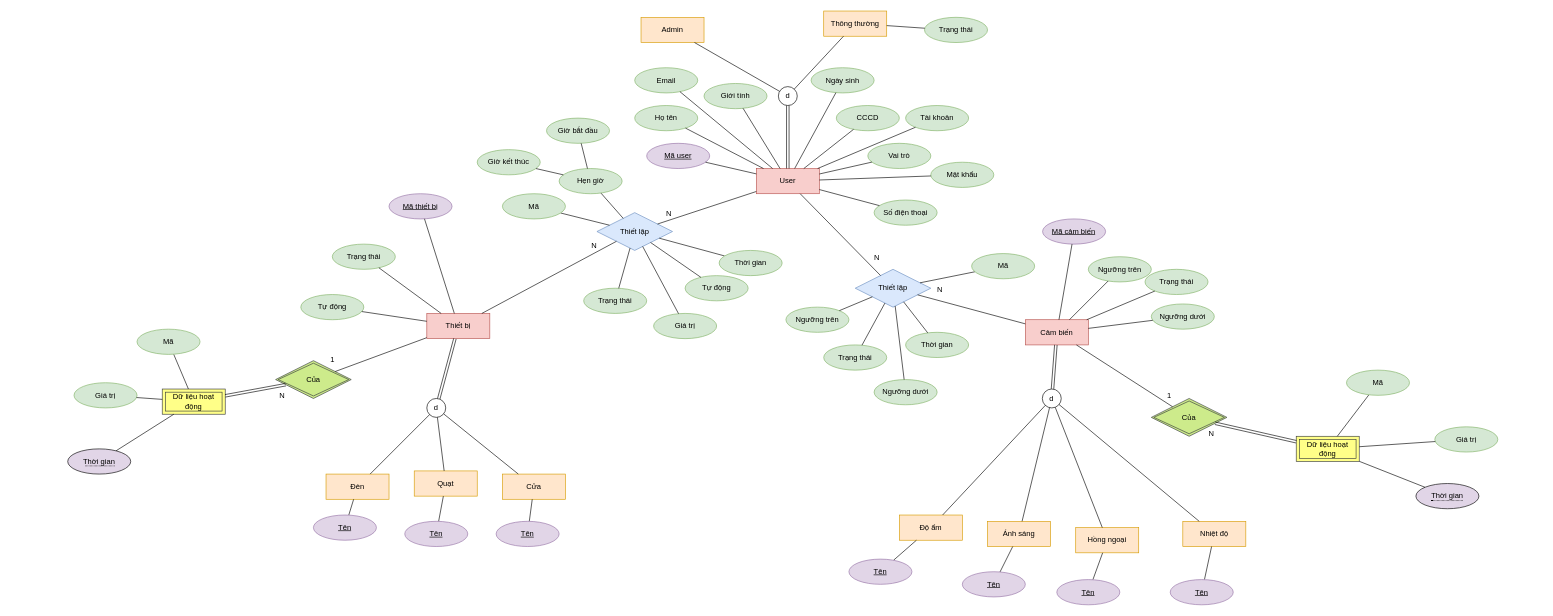
Above: page "Main" (1 of 2) of Week 3/ERD.drawio in astr0tas/Smart-Home-CNPM (draw.io), before the change. Source tidied: cells renumbered, new cells numbered last; positions are measured from the earlier drawing's top-left corner, leaving out a move shared by most shapes. Both pictures are drawn from the tidied source at 63%, with x=0, y=0 at pixel (67, 11).
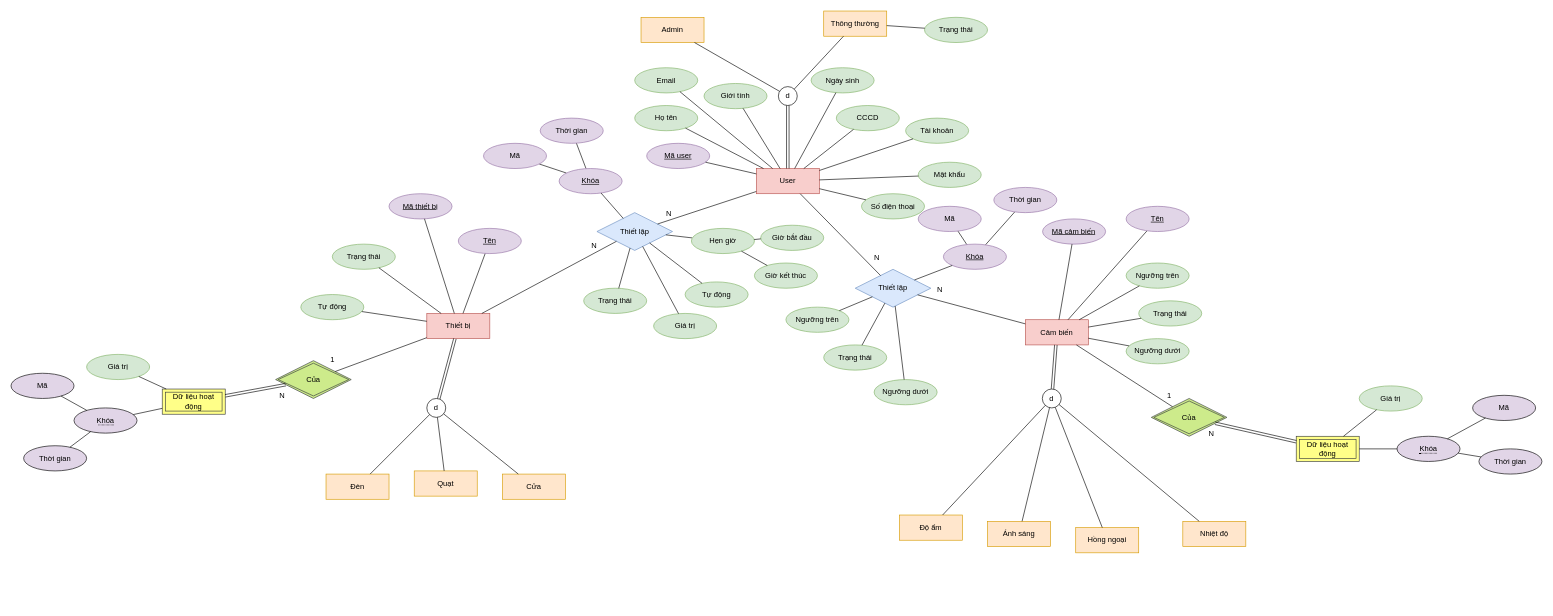
After the change.

Unchanged cells that the change refers to:
```xml
<mxCell id="2" value="User" style="whiteSpace=wrap;html=1;align=center;fillColor=#f8cecc;strokeColor=#b85450;" parent="1" vertex="1">
  <mxGeometry x="1093" y="250" width="100" height="40" as="geometry" />
</mxCell>
<mxCell id="9" value="Thiết bị" style="whiteSpace=wrap;html=1;align=center;fillColor=#f8cecc;strokeColor=#b85450;" parent="1" vertex="1">
  <mxGeometry x="570" y="480" width="100" height="40" as="geometry" />
</mxCell>
<mxCell id="10" value="Quạt" style="whiteSpace=wrap;html=1;align=center;fillColor=#ffe6cc;strokeColor=#d79b00;" parent="1" vertex="1">
  <mxGeometry x="550" y="730" width="100" height="40" as="geometry" />
</mxCell>
<mxCell id="11" value="Đèn" style="whiteSpace=wrap;html=1;align=center;fillColor=#ffe6cc;strokeColor=#d79b00;" parent="1" vertex="1">
  <mxGeometry x="410" y="735" width="100" height="40" as="geometry" />
</mxCell>
<mxCell id="16" value="Cảm biến" style="whiteSpace=wrap;html=1;align=center;fillColor=#f8cecc;strokeColor=#b85450;" parent="1" vertex="1">
  <mxGeometry x="1520" y="490" width="100" height="40" as="geometry" />
</mxCell>
<mxCell id="17" value="Nhiệt độ" style="whiteSpace=wrap;html=1;align=center;fillColor=#ffe6cc;strokeColor=#d79b00;" parent="1" vertex="1">
  <mxGeometry x="1770" y="810" width="100" height="40" as="geometry" />
</mxCell>
<mxCell id="18" value="Hồng ngoại" style="whiteSpace=wrap;html=1;align=center;fillColor=#ffe6cc;strokeColor=#d79b00;" parent="1" vertex="1">
  <mxGeometry x="1600" y="820" width="100" height="40" as="geometry" />
</mxCell>
<mxCell id="23" value="Cửa" style="whiteSpace=wrap;html=1;align=center;fillColor=#ffe6cc;strokeColor=#d79b00;" parent="1" vertex="1">
  <mxGeometry x="690" y="735" width="100" height="40" as="geometry" />
</mxCell>
<mxCell id="25" value="Độ ẩm" style="whiteSpace=wrap;html=1;align=center;fillColor=#ffe6cc;strokeColor=#d79b00;" parent="1" vertex="1">
  <mxGeometry x="1320" y="800" width="100" height="40" as="geometry" />
</mxCell>
<mxCell id="26" value="Ánh sáng" style="whiteSpace=wrap;html=1;align=center;fillColor=#ffe6cc;strokeColor=#d79b00;" parent="1" vertex="1">
  <mxGeometry x="1460" y="810" width="100" height="40" as="geometry" />
</mxCell>
<mxCell id="29" value="Thiết lập" style="shape=rhombus;perimeter=rhombusPerimeter;whiteSpace=wrap;html=1;align=center;fillColor=#dae8fc;strokeColor=#6c8ebf;" parent="1" vertex="1">
  <mxGeometry x="840" y="320" width="120" height="60" as="geometry" />
</mxCell>
<mxCell id="57" value="Dữ liệu hoạt động" style="shape=ext;margin=3;double=1;whiteSpace=wrap;html=1;align=center;fillColor=#ffff88;strokeColor=#36393d;" parent="1" vertex="1">
  <mxGeometry x="1950" y="675" width="100" height="40" as="geometry" />
</mxCell>
<mxCell id="67" value="Dữ liệu hoạt động" style="shape=ext;margin=3;double=1;whiteSpace=wrap;html=1;align=center;fillColor=#ffff88;strokeColor=#36393d;" parent="1" vertex="1">
  <mxGeometry x="150" y="600" width="100" height="40" as="geometry" />
</mxCell>
<mxCell id="77" value="Thiết lập" style="shape=rhombus;perimeter=rhombusPerimeter;whiteSpace=wrap;html=1;align=center;fillColor=#dae8fc;strokeColor=#6c8ebf;" parent="1" vertex="1">
  <mxGeometry x="1250" y="410" width="120" height="60" as="geometry" />
</mxCell>
```

Diff of the diagram source:
```diff
@@
     <mxCell id="36" value="Số điện thoại" style="ellipse;whiteSpace=wrap;html=1;align=center;fillColor=#d5e8d4;strokeColor=#82b366;" parent="1" vertex="1">
-      <mxGeometry x="1280" y="300" width="100" height="40" as="geometry" />
+      <mxGeometry x="1260" y="290" width="100" height="40" as="geometry" />
     </mxCell>
     <mxCell id="37" value="Tài khoản" style="ellipse;whiteSpace=wrap;html=1;align=center;fillColor=#d5e8d4;strokeColor=#82b366;" parent="1" vertex="1">
-      <mxGeometry x="1330" y="150" width="100" height="40" as="geometry" />
+      <mxGeometry x="1330" y="170" width="100" height="40" as="geometry" />
     </mxCell>
     <mxCell id="38" value="Mật khẩu" style="ellipse;whiteSpace=wrap;html=1;align=center;fillColor=#d5e8d4;strokeColor=#82b366;" parent="1" vertex="1">
-      <mxGeometry x="1370" y="240" width="100" height="40" as="geometry" />
+      <mxGeometry x="1350" y="240" width="100" height="40" as="geometry" />
     </mxCell>
@@
-    <mxCell id="40" value="Vai trò" style="ellipse;whiteSpace=wrap;html=1;align=center;fillColor=#d5e8d4;strokeColor=#82b366;" parent="1" vertex="1">
-      <mxGeometry x="1270" y="210" width="100" height="40" as="geometry" />
-    </mxCell>
@@
-    <mxCell id="42" style="endArrow=none;html=1;rounded=0;" parent="1" edge="1" source="2" target="40">
-      <mxGeometry relative="1" as="geometry" />
-    </mxCell>
@@
-    <mxCell id="56" style="endArrow=none;html=1;rounded=0;" parent="1" edge="1" source="25" target="135">
-      <mxGeometry relative="1" as="geometry" />
-    </mxCell>
@@
-    <mxCell id="58" value="&lt;span style=&quot;border-bottom: 1px dotted&quot;&gt;Thời gian&lt;/span&gt;" style="ellipse;whiteSpace=wrap;html=1;align=center;fillColor=#E1D5E7;" parent="1" vertex="1">
-      <mxGeometry x="2140" y="750" width="100" height="40" as="geometry" />
+    <mxCell id="58" value="&lt;span style=&quot;border-bottom: 1px dotted&quot;&gt;Khóa&lt;/span&gt;" style="ellipse;whiteSpace=wrap;html=1;align=center;fillColor=#E1D5E7;" parent="1" vertex="1">
+      <mxGeometry x="2110" y="675" width="100" height="40" as="geometry" />
     </mxCell>
@@
     <mxCell id="65" value="Giá trị" style="ellipse;whiteSpace=wrap;html=1;align=center;fillColor=#d5e8d4;strokeColor=#82b366;" parent="1" vertex="1">
-      <mxGeometry x="2170" y="660" width="100" height="40" as="geometry" />
+      <mxGeometry x="2050" y="595" width="100" height="40" as="geometry" />
     </mxCell>
@@
-    <mxCell id="68" value="&lt;span style=&quot;border-bottom: 1px dotted&quot;&gt;Thời gian&lt;/span&gt;" style="ellipse;whiteSpace=wrap;html=1;align=center;fillColor=#E1D5E7;" parent="1" vertex="1">
-      <mxGeometry y="695" width="100" height="40" as="geometry" />
-    </mxCell>
-    <mxCell id="69" style="endArrow=none;html=1;rounded=0;" parent="1" edge="1" source="67" target="68">
-      <mxGeometry relative="1" as="geometry" />
-    </mxCell>
@@
     <mxCell id="75" value="Giá trị" style="ellipse;whiteSpace=wrap;html=1;align=center;fillColor=#d5e8d4;strokeColor=#82b366;" parent="1" vertex="1">
-      <mxGeometry x="10" y="590" width="100" height="40" as="geometry" />
+      <mxGeometry x="30" y="545" width="100" height="40" as="geometry" />
     </mxCell>
@@
     <mxCell id="80" value="Tự động" style="ellipse;whiteSpace=wrap;html=1;align=center;fillColor=#d5e8d4;strokeColor=#82b366;" parent="1" vertex="1">
-      <mxGeometry x="980" y="420" width="100" height="40" as="geometry" />
+      <mxGeometry x="980" y="430" width="100" height="40" as="geometry" />
     </mxCell>
@@
     <mxCell id="85" value="Trạng thái" style="ellipse;whiteSpace=wrap;html=1;align=center;fillColor=#d5e8d4;strokeColor=#82b366;" parent="1" vertex="1">
-      <mxGeometry x="1710" y="410" width="100" height="40" as="geometry" />
+      <mxGeometry x="1700" y="460" width="100" height="40" as="geometry" />
     </mxCell>
     <mxCell id="86" value="Ngưỡng dưới" style="ellipse;whiteSpace=wrap;html=1;align=center;fillColor=#d5e8d4;strokeColor=#82b366;" parent="1" vertex="1">
-      <mxGeometry x="1720" y="465" width="100" height="40" as="geometry" />
+      <mxGeometry x="1680" y="520" width="100" height="40" as="geometry" />
     </mxCell>
     <mxCell id="87" value="Ngưỡng trên" style="ellipse;whiteSpace=wrap;html=1;align=center;fillColor=#d5e8d4;strokeColor=#82b366;" parent="1" vertex="1">
-      <mxGeometry x="1620" y="390" width="100" height="40" as="geometry" />
+      <mxGeometry x="1680" y="400" width="100" height="40" as="geometry" />
     </mxCell>
@@
-    <mxCell id="108" style="endArrow=none;html=1;rounded=0;" parent="1" edge="1" source="29" target="109">
+    <mxCell id="108" style="endArrow=none;html=1;rounded=0;" parent="1" edge="1" source="149" target="109">
       <mxGeometry relative="1" as="geometry" />
     </mxCell>
-    <mxCell id="109" value="Thời gian" style="ellipse;whiteSpace=wrap;html=1;align=center;fillColor=#d5e8d4;strokeColor=#82b366;" parent="1" vertex="1">
-      <mxGeometry x="1034" y="380" width="100" height="40" as="geometry" />
+    <mxCell id="109" value="Thời gian" style="ellipse;whiteSpace=wrap;html=1;align=center;fillColor=#e1d5e7;strokeColor=#9673a6;" parent="1" vertex="1">
+      <mxGeometry x="750" y="170" width="100" height="40" as="geometry" />
     </mxCell>
-    <mxCell id="110" value="Thời gian" style="ellipse;whiteSpace=wrap;html=1;align=center;fillColor=#d5e8d4;strokeColor=#82b366;" parent="1" vertex="1">
-      <mxGeometry x="1330" y="510" width="100" height="40" as="geometry" />
-    </mxCell>
-    <mxCell id="111" style="endArrow=none;html=1;rounded=0;" parent="1" edge="1" source="110" target="77">
-      <mxGeometry relative="1" as="geometry" />
-    </mxCell>
@@
     <mxCell id="113" value="Hẹn giờ" style="ellipse;whiteSpace=wrap;html=1;align=center;fillColor=#d5e8d4;strokeColor=#82b366;" parent="1" vertex="1">
-      <mxGeometry x="780" y="250" width="100" height="40" as="geometry" />
+      <mxGeometry x="990" y="345" width="100" height="40" as="geometry" />
     </mxCell>
     <mxCell id="114" value="Giờ kết thúc" style="ellipse;whiteSpace=wrap;html=1;align=center;fillColor=#d5e8d4;strokeColor=#82b366;" parent="1" vertex="1">
-      <mxGeometry x="650" y="220" width="100" height="40" as="geometry" />
+      <mxGeometry x="1090" y="400" width="100" height="40" as="geometry" />
     </mxCell>
     <mxCell id="115" value="Giờ bắt đầu" style="ellipse;whiteSpace=wrap;html=1;align=center;fillColor=#d5e8d4;strokeColor=#82b366;" parent="1" vertex="1">
-      <mxGeometry x="760" y="170" width="100" height="40" as="geometry" />
+      <mxGeometry x="1100" y="340" width="100" height="40" as="geometry" />
     </mxCell>
@@
-    <mxCell id="118" style="endArrow=none;html=1;rounded=0;" parent="1" edge="1" source="119" target="29">
+    <mxCell id="118" style="endArrow=none;html=1;rounded=0;" parent="1" edge="1" source="119" target="149">
       <mxGeometry relative="1" as="geometry" />
     </mxCell>
-    <mxCell id="119" value="Mã" style="ellipse;whiteSpace=wrap;html=1;align=center;fillColor=#d5e8d4;strokeColor=#82b366;" parent="1" vertex="1">
-      <mxGeometry x="690" y="290" width="100" height="40" as="geometry" />
+    <mxCell id="119" value="Mã" style="ellipse;whiteSpace=wrap;html=1;align=center;fillColor=#e1d5e7;strokeColor=#9673a6;" parent="1" vertex="1">
+      <mxGeometry x="660" y="210" width="100" height="40" as="geometry" />
     </mxCell>
-    <mxCell id="120" style="endArrow=none;html=1;rounded=0;" parent="1" edge="1" source="121" target="67">
-      <mxGeometry relative="1" as="geometry" />
-    </mxCell>
-    <mxCell id="121" value="Mã" style="ellipse;whiteSpace=wrap;html=1;align=center;fillColor=#d5e8d4;strokeColor=#82b366;" parent="1" vertex="1">
-      <mxGeometry x="110" y="505" width="100" height="40" as="geometry" />
-    </mxCell>
-    <mxCell id="122" style="endArrow=none;html=1;rounded=0;" parent="1" edge="1" source="123" target="57">
-      <mxGeometry relative="1" as="geometry" />
-    </mxCell>
-    <mxCell id="123" value="Mã" style="ellipse;whiteSpace=wrap;html=1;align=center;fillColor=#d5e8d4;strokeColor=#82b366;" parent="1" vertex="1">
-      <mxGeometry x="2029.8" y="570" width="100" height="40" as="geometry" />
-    </mxCell>
-    <mxCell id="124" style="endArrow=none;html=1;rounded=0;" parent="1" edge="1" source="125" target="77">
-      <mxGeometry relative="1" as="geometry" />
-    </mxCell>
-    <mxCell id="125" value="Mã" style="ellipse;whiteSpace=wrap;html=1;align=center;fillColor=#d5e8d4;strokeColor=#82b366;" parent="1" vertex="1">
-      <mxGeometry x="1434.8" y="385" width="100" height="40" as="geometry" />
-    </mxCell>
-    <mxCell id="126" style="endArrow=none;html=1;rounded=0;" parent="1" edge="1" source="26" target="136">
-      <mxGeometry relative="1" as="geometry" />
-    </mxCell>
-    <mxCell id="127" style="endArrow=none;html=1;rounded=0;" parent="1" edge="1" source="18" target="137">
-      <mxGeometry relative="1" as="geometry" />
-    </mxCell>
-    <mxCell id="128" style="endArrow=none;html=1;rounded=0;" parent="1" edge="1" source="17" target="138">
+    <mxCell id="128" style="endArrow=none;html=1;rounded=0;" parent="1" edge="1" source="16" target="138">
       <mxGeometry relative="1" as="geometry" />
     </mxCell>
-    <mxCell id="129" style="endArrow=none;html=1;rounded=0;" parent="1" edge="1" source="11" target="132">
-      <mxGeometry relative="1" as="geometry" />
-    </mxCell>
-    <mxCell id="130" style="endArrow=none;html=1;rounded=0;" parent="1" edge="1" source="10" target="133">
+    <mxCell id="130" style="endArrow=none;html=1;rounded=0;" parent="1" edge="1" source="9" target="133">
       <mxGeometry relative="1" as="geometry" />
     </mxCell>
-    <mxCell id="131" style="endArrow=none;html=1;rounded=0;" parent="1" edge="1" source="23" target="134">
-      <mxGeometry relative="1" as="geometry" />
-    </mxCell>
-    <mxCell id="132" value="Tên" style="ellipse;whiteSpace=wrap;html=1;align=center;fontStyle=4;fillColor=#e1d5e7;strokeColor=#9673a6;" parent="1" vertex="1">
-      <mxGeometry x="390" y="800" width="100" height="40" as="geometry" />
-    </mxCell>
     <mxCell id="133" value="Tên" style="ellipse;whiteSpace=wrap;html=1;align=center;fontStyle=4;fillColor=#e1d5e7;strokeColor=#9673a6;" parent="1" vertex="1">
-      <mxGeometry x="535" y="810" width="100" height="40" as="geometry" />
+      <mxGeometry x="620" y="345" width="100" height="40" as="geometry" />
     </mxCell>
-    <mxCell id="134" value="Tên" style="ellipse;whiteSpace=wrap;html=1;align=center;fontStyle=4;fillColor=#e1d5e7;strokeColor=#9673a6;" parent="1" vertex="1">
-      <mxGeometry x="680" y="810" width="100" height="40" as="geometry" />
-    </mxCell>
-    <mxCell id="135" value="Tên" style="ellipse;whiteSpace=wrap;html=1;align=center;fontStyle=4;fillColor=#e1d5e7;strokeColor=#9673a6;" parent="1" vertex="1">
-      <mxGeometry x="1240" y="870" width="100" height="40" as="geometry" />
-    </mxCell>
-    <mxCell id="136" value="Tên" style="ellipse;whiteSpace=wrap;html=1;align=center;fontStyle=4;fillColor=#e1d5e7;strokeColor=#9673a6;" parent="1" vertex="1">
-      <mxGeometry x="1420" y="890" width="100" height="40" as="geometry" />
-    </mxCell>
-    <mxCell id="137" value="Tên" style="ellipse;whiteSpace=wrap;html=1;align=center;fontStyle=4;fillColor=#e1d5e7;strokeColor=#9673a6;" parent="1" vertex="1">
-      <mxGeometry x="1570" y="902.5" width="100" height="40" as="geometry" />
-    </mxCell>
     <mxCell id="138" value="Tên" style="ellipse;whiteSpace=wrap;html=1;align=center;fontStyle=4;fillColor=#e1d5e7;strokeColor=#9673a6;" parent="1" vertex="1">
-      <mxGeometry x="1750" y="902.5" width="100" height="40" as="geometry" />
+      <mxGeometry x="1680" y="310" width="100" height="40" as="geometry" />
     </mxCell>
+    <mxCell id="139" value="Thời gian" style="ellipse;whiteSpace=wrap;html=1;align=center;fillColor=#E1D5E7;" parent="1" vertex="1">
+      <mxGeometry x="2240" y="695" width="100" height="40" as="geometry" />
+    </mxCell>
+    <mxCell id="140" value="Mã" style="ellipse;whiteSpace=wrap;html=1;align=center;fillColor=#E1D5E7;" parent="1" vertex="1">
+      <mxGeometry x="2230" y="610" width="100" height="40" as="geometry" />
+    </mxCell>
+    <mxCell id="141" style="endArrow=none;html=1;rounded=0;" parent="1" edge="1" source="58" target="140">
+      <mxGeometry relative="1" as="geometry" />
+    </mxCell>
+    <mxCell id="142" style="endArrow=none;html=1;rounded=0;" parent="1" edge="1" source="58" target="139">
+      <mxGeometry relative="1" as="geometry" />
+    </mxCell>
+    <mxCell id="143" value="&lt;span style=&quot;border-bottom: 1px dotted&quot;&gt;Khóa&lt;/span&gt;" style="ellipse;whiteSpace=wrap;html=1;align=center;fillColor=#E1D5E7;" parent="1" vertex="1">
+      <mxGeometry x="10" y="630" width="100" height="40" as="geometry" />
+    </mxCell>
+    <mxCell id="144" style="endArrow=none;html=1;rounded=0;" parent="1" edge="1" source="67" target="143">
+      <mxGeometry relative="1" as="geometry" />
+    </mxCell>
+    <mxCell id="145" value="Thời gian" style="ellipse;whiteSpace=wrap;html=1;align=center;fillColor=#E1D5E7;" parent="1" vertex="1">
+      <mxGeometry x="-70" y="690" width="100" height="40" as="geometry" />
+    </mxCell>
+    <mxCell id="146" value="Mã" style="ellipse;whiteSpace=wrap;html=1;align=center;fillColor=#E1D5E7;" parent="1" vertex="1">
+      <mxGeometry x="-90" y="575" width="100" height="40" as="geometry" />
+    </mxCell>
+    <mxCell id="147" style="endArrow=none;html=1;rounded=0;" parent="1" edge="1" source="143" target="146">
+      <mxGeometry relative="1" as="geometry" />
+    </mxCell>
+    <mxCell id="148" style="endArrow=none;html=1;rounded=0;" parent="1" edge="1" source="143" target="145">
+      <mxGeometry relative="1" as="geometry" />
+    </mxCell>
+    <mxCell id="149" value="Khóa" style="ellipse;whiteSpace=wrap;html=1;align=center;fontStyle=4;fillColor=#e1d5e7;strokeColor=#9673a6;" parent="1" vertex="1">
+      <mxGeometry x="780" y="250" width="100" height="40" as="geometry" />
+    </mxCell>
+    <mxCell id="150" style="endArrow=none;html=1;rounded=0;" parent="1" edge="1" source="29" target="149">
+      <mxGeometry relative="1" as="geometry" />
+    </mxCell>
+    <mxCell id="151" style="endArrow=none;html=1;rounded=0;" parent="1" edge="1" source="155" target="152">
+      <mxGeometry relative="1" as="geometry" />
+    </mxCell>
+    <mxCell id="152" value="Thời gian" style="ellipse;whiteSpace=wrap;html=1;align=center;fillColor=#e1d5e7;strokeColor=#9673a6;" parent="1" vertex="1">
+      <mxGeometry x="1470" y="280" width="100" height="40" as="geometry" />
+    </mxCell>
+    <mxCell id="153" style="endArrow=none;html=1;rounded=0;" parent="1" edge="1" source="154" target="155">
+      <mxGeometry relative="1" as="geometry" />
+    </mxCell>
+    <mxCell id="154" value="Mã" style="ellipse;whiteSpace=wrap;html=1;align=center;fillColor=#e1d5e7;strokeColor=#9673a6;" parent="1" vertex="1">
+      <mxGeometry x="1350" y="310" width="100" height="40" as="geometry" />
+    </mxCell>
+    <mxCell id="155" value="Khóa" style="ellipse;whiteSpace=wrap;html=1;align=center;fontStyle=4;fillColor=#e1d5e7;strokeColor=#9673a6;" parent="1" vertex="1">
+      <mxGeometry x="1390" y="370" width="100" height="40" as="geometry" />
+    </mxCell>
+    <mxCell id="156" style="endArrow=none;html=1;rounded=0;" parent="1" edge="1" source="77" target="155">
+      <mxGeometry relative="1" as="geometry" />
+    </mxCell>
```
